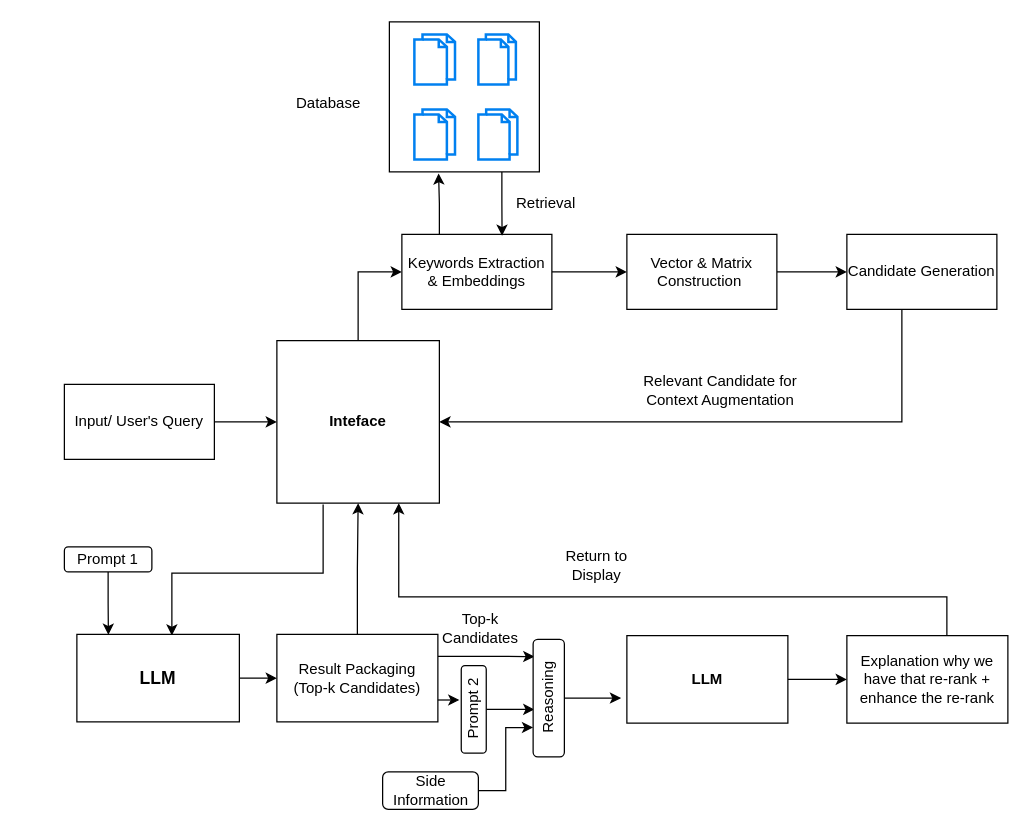
Before: Baseline.drawio in Mancupfire/Retrieval_Model, a draw.io diagram. Source tidied: cells renumbered, new cells numbered last; positions are measured from the earlier drawing's top-left corner, leaving out a move shared by most shapes. Both pictures are drawn from the tidied source at 125%, with x=0, y=0 at pixel (64, 21).
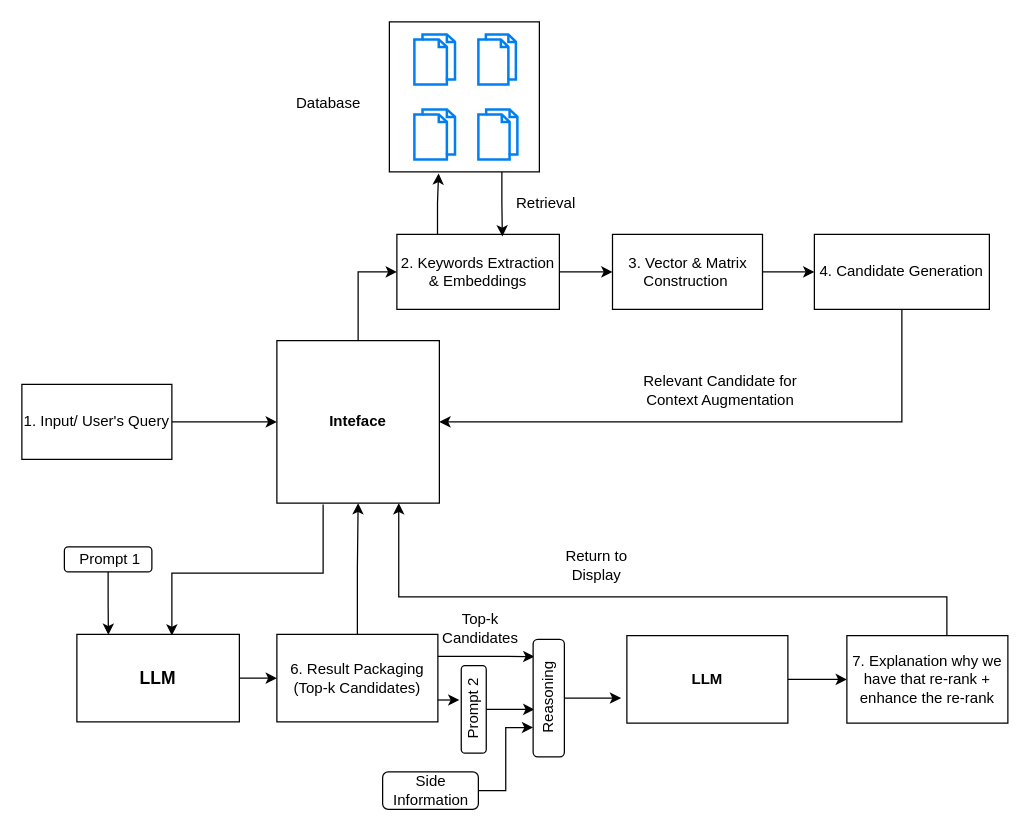
After the change.

The change refers to these unchanged cells:
```xml
<mxCell id="2" style="rounded=0;whiteSpace=wrap;html=1;" parent="1" vertex="1">
  <mxGeometry x="260" width="120" height="120" as="geometry" />
</mxCell>
```

Diff of the diagram source:
```diff
@@
-    <mxCell id="4" value="Input/ User's Query" style="rounded=0;whiteSpace=wrap;html=1;" parent="1" vertex="1">
-      <mxGeometry y="290" width="120" height="60" as="geometry" />
+    <mxCell id="4" value="1. Input/ User's Query" style="rounded=0;whiteSpace=wrap;html=1;" parent="1" vertex="1">
+      <mxGeometry x="-34" y="290" width="120" height="60" as="geometry" />
     </mxCell>
@@
-    <mxCell id="9" value="Keywords Extraction &amp;amp; Embeddings" style="rounded=0;whiteSpace=wrap;html=1;" parent="1" vertex="1">
-      <mxGeometry x="270" y="170" width="120" height="60" as="geometry" />
+    <mxCell id="9" value="2. Keywords Extraction &amp;amp; Embeddings" style="rounded=0;whiteSpace=wrap;html=1;" parent="1" vertex="1">
+      <mxGeometry x="266" y="170" width="130" height="60" as="geometry" />
     </mxCell>
@@
-    <mxCell id="11" value="Vector &amp;amp; Matrix Construction&amp;nbsp;" style="rounded=0;whiteSpace=wrap;html=1;" parent="1" vertex="1">
-      <mxGeometry x="450" y="170" width="120" height="60" as="geometry" />
+    <mxCell id="11" value="3. Vector &amp;amp; Matrix Construction&amp;nbsp;" style="rounded=0;whiteSpace=wrap;html=1;" parent="1" vertex="1">
+      <mxGeometry x="438.5" y="170" width="120" height="60" as="geometry" />
     </mxCell>
@@
-    <mxCell id="13" value="Candidate Generation" style="rounded=0;whiteSpace=wrap;html=1;" parent="1" vertex="1">
-      <mxGeometry x="626" y="170" width="120" height="60" as="geometry" />
+    <mxCell id="13" value="4. Candidate Generation" style="rounded=0;whiteSpace=wrap;html=1;" parent="1" vertex="1">
+      <mxGeometry x="600" y="170" width="140" height="60" as="geometry" />
     </mxCell>
@@
-    <mxCell id="19" style="edgeStyle=orthogonalEdgeStyle;rounded=0;jettySize=auto;html=1;exitX=0.75;exitY=1;exitDx=0;exitDy=0;entryX=0.668;entryY=0.019;entryDx=0;entryDy=0;entryPerimeter=0;" parent="1" edge="1" source="2" target="9">
-      <mxGeometry relative="1" as="geometry" />
-    </mxCell>
@@
-    <mxCell id="24" value="Prompt 1" style="rounded=1;whiteSpace=wrap;html=1;" parent="1" vertex="1">
+    <mxCell id="24" value="&amp;nbsp;Prompt 1" style="rounded=1;whiteSpace=wrap;html=1;" parent="1" vertex="1">
       <mxGeometry y="420" width="70" height="20" as="geometry" />
     </mxCell>
@@
-    <mxCell id="28" value="Result Packaging&lt;div&gt;(Top-k Candidates)&lt;/div&gt;" style="rounded=0;whiteSpace=wrap;html=1;" parent="1" vertex="1">
+    <mxCell id="28" value="6. Result Packaging&lt;div&gt;(Top-k Candidates)&lt;/div&gt;" style="rounded=0;whiteSpace=wrap;html=1;" parent="1" vertex="1">
       <mxGeometry x="170" y="490" width="128.8" height="70" as="geometry" />
     </mxCell>
@@
-    <mxCell id="33" value="Explanation why we have that re-rank + enhance the re-rank" style="rounded=0;whiteSpace=wrap;html=1;" parent="1" vertex="1">
+    <mxCell id="33" value="7. Explanation why we have that re-rank + enhance the re-rank" style="rounded=0;whiteSpace=wrap;html=1;" parent="1" vertex="1">
       <mxGeometry x="626" y="491" width="128.8" height="70" as="geometry" />
     </mxCell>
@@
+    <mxCell id="19" style="edgeStyle=orthogonalEdgeStyle;rounded=0;jettySize=auto;html=1;exitX=0.75;exitY=1;exitDx=0;exitDy=0;entryX=0.649;entryY=0.027;entryDx=0;entryDy=0;entryPerimeter=0;" parent="1" edge="1" source="2" target="9">
+      <mxGeometry relative="1" as="geometry" />
+    </mxCell>
```
